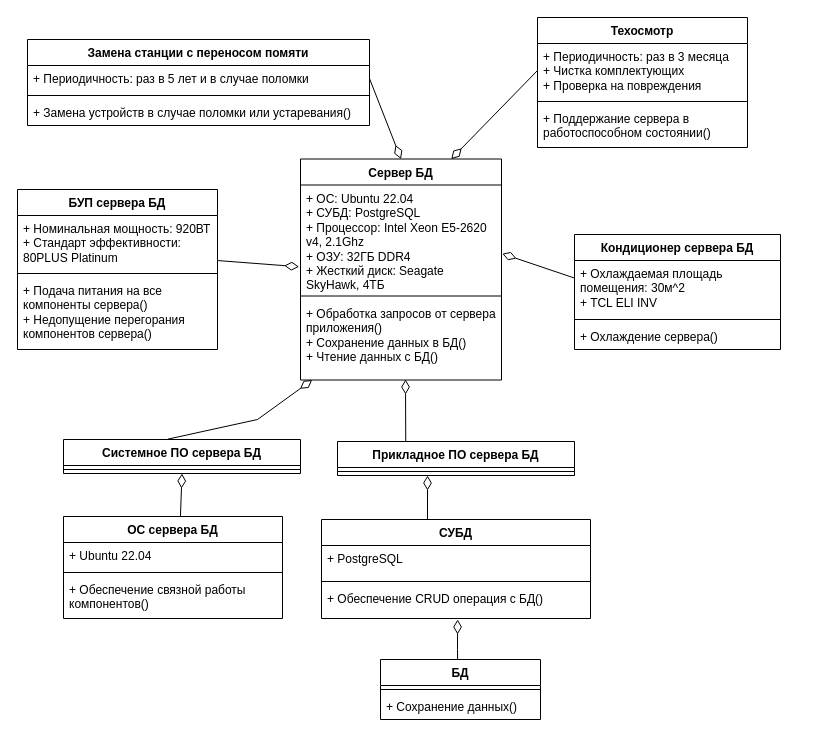
Before: Определение модели НООП "Сервер БД".drawio in hiff0/db-city-council, a draw.io diagram. Source tidied: cells renumbered, new cells numbered last; positions are measured from the earlier drawing's top-left corner, leaving out a move shared by most shapes. Both pictures are drawn from the tidied source at 100%, with x=0, y=0 at pixel (17, 17).
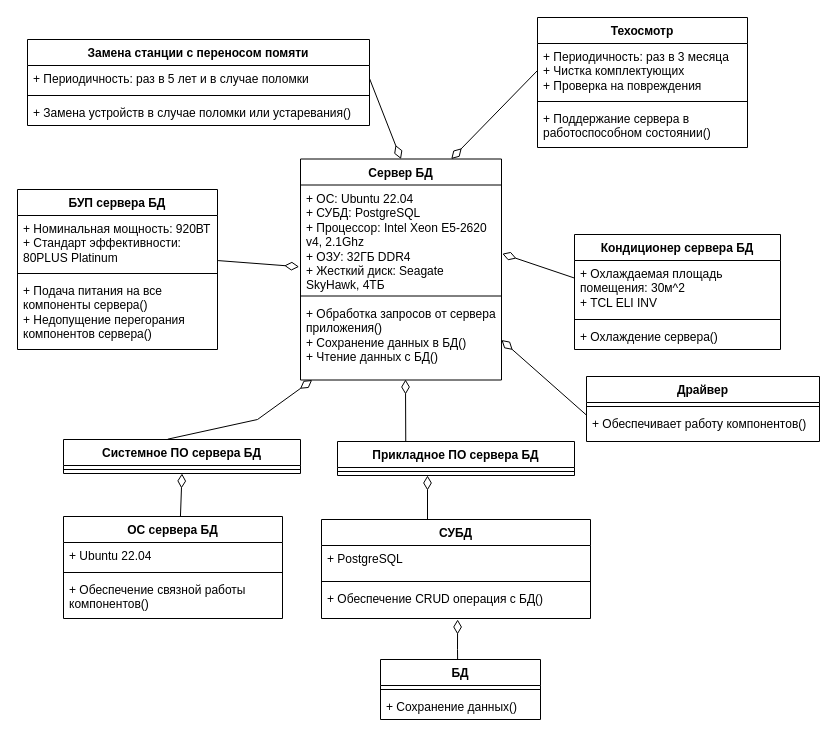
After the change.

The change refers to these unchanged cells:
```xml
<mxCell id="5" value="+ Обработка запросов от сервера приложения()&lt;div&gt;+ Сохранение данных в БД()&lt;/div&gt;&lt;div&gt;+ Чтение данных с БД()&lt;/div&gt;" style="text;strokeColor=none;fillColor=none;align=left;verticalAlign=top;spacingLeft=4;spacingRight=4;overflow=hidden;points=[[0,0.5],[1,0.5]];portConstraint=eastwest;whiteSpace=wrap;html=1;" parent="2" vertex="1">
  <mxGeometry y="141" width="201" height="80" as="geometry" />
</mxCell>
```

Diff of the diagram source:
```diff
@@
+    <mxCell id="46" value="Драйвер" style="swimlane;fontStyle=1;align=center;verticalAlign=top;horizontal=1;startSize=26;whiteSpace=wrap;html=1;" parent="1" vertex="1">
+      <mxGeometry x="569" y="359" width="233" height="65" as="geometry" />
+    </mxCell>
+    <mxCell id="47" style="line;strokeWidth=1;fillColor=none;align=left;verticalAlign=middle;spacingTop=-1;spacingLeft=3;spacingRight=3;labelPosition=right;strokeColor=inherit;" parent="46" vertex="1">
+      <mxGeometry y="26" width="233" height="8" as="geometry" />
+    </mxCell>
+    <mxCell id="48" value="+ Обеспечивает работу компонентов()" style="text;strokeColor=none;fillColor=none;align=left;verticalAlign=top;spacingLeft=4;spacingRight=4;overflow=hidden;points=[[0,0.5],[1,0.5]];portConstraint=eastwest;whiteSpace=wrap;html=1;" parent="46" vertex="1">
+      <mxGeometry y="34" width="233" height="31" as="geometry" />
+    </mxCell>
+    <mxCell id="49" style="endArrow=diamondThin;endFill=0;endSize=12;html=1;rounded=0;exitX=0.001;exitY=0.156;exitDx=0;exitDy=0;exitPerimeter=0;entryX=1;entryY=0.5;entryDx=0;entryDy=0;" parent="1" edge="1" source="48" target="5">
+      <mxGeometry relative="1" as="geometry" />
+    </mxCell>
```
